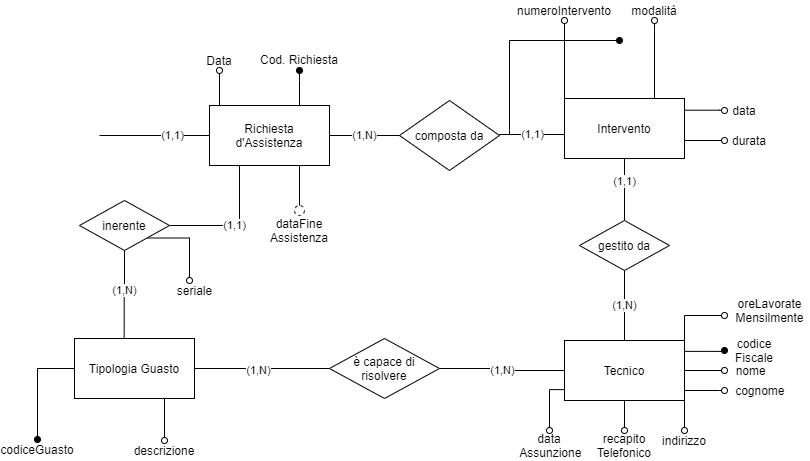
Above: Relazione/image/ciclo.png in GiovanniRaseraF/ProgettoBasiDiDatiLaboratorio (draw.io), before the change. Source tidied: cells renumbered, new cells last; positions are measured from the earlier drawing's top-left corner, leaving out a move shared by most shapes. The source it was exported from:
```xml
<mxGraphModel>
  <root>
    <mxCell id="0" />
    <mxCell id="1" parent="0" />
    <mxCell id="2" style="edgeStyle=orthogonalEdgeStyle;rounded=0;jettySize=auto;html=1;exitX=0;exitY=0;exitDx=0;exitDy=0;entryX=0.5;entryY=1;entryDx=0;entryDy=0;startArrow=none;startFill=0;endArrow=oval;endFill=0;strokeWidth=1;jumpStyle=arc;" parent="1" edge="1" source="11" target="6">
      <mxGeometry relative="1" as="geometry">
        <Array as="points">
          <mxPoint x="547" y="20" />
        </Array>
      </mxGeometry>
    </mxCell>
    <mxCell id="3" style="edgeStyle=orthogonalEdgeStyle;rounded=0;jettySize=auto;html=1;exitX=0.414;exitY=0.014;exitDx=0;exitDy=0;endArrow=none;endFill=0;entryX=0.5;entryY=1;entryDx=0;entryDy=0;exitPerimeter=0;" parent="1" edge="1" source="5" target="50">
      <mxGeometry relative="1" as="geometry" />
    </mxCell>
    <mxCell id="4" value="(1,N)" style="edgeLabel;html=1;align=center;verticalAlign=middle;" parent="3" vertex="1">
      <mxGeometry x="0.13" y="1" relative="1" as="geometry" />
    </mxCell>
    <mxCell id="5" value="Tipologia Guasto" style="rounded=0;whiteSpace=wrap;html=1;" parent="1" vertex="1">
      <mxGeometry x="57" y="338" width="120" height="60" as="geometry" />
    </mxCell>
    <mxCell id="6" value="numeroIntervento" style="text;html=1;strokeColor=none;fillColor=none;align=center;verticalAlign=middle;whiteSpace=wrap;rounded=0;" parent="1" vertex="1">
      <mxGeometry x="507" width="80" height="20" as="geometry" />
    </mxCell>
    <mxCell id="7" style="edgeStyle=orthogonalEdgeStyle;rounded=0;jettySize=auto;html=1;exitX=0.5;exitY=1;exitDx=0;exitDy=0;entryX=0.75;entryY=0;entryDx=0;entryDy=0;startArrow=oval;startFill=0;endArrow=none;endFill=0;strokeWidth=1;" parent="1" edge="1" source="8" target="11">
      <mxGeometry relative="1" as="geometry">
        <Array as="points">
          <mxPoint x="637" y="30" />
        </Array>
      </mxGeometry>
    </mxCell>
    <mxCell id="8" value="modalità" style="text;html=1;strokeColor=none;fillColor=none;align=center;verticalAlign=middle;whiteSpace=wrap;rounded=0;" parent="1" vertex="1">
      <mxGeometry x="607" width="60" height="20" as="geometry" />
    </mxCell>
    <mxCell id="9" style="edgeStyle=orthogonalEdgeStyle;rounded=0;jettySize=auto;html=1;exitX=1.003;exitY=0.195;exitDx=0;exitDy=0;startArrow=none;startFill=0;endArrow=oval;endFill=0;strokeColor=#000000;strokeWidth=1;exitPerimeter=0;entryX=0;entryY=0.5;entryDx=0;entryDy=0;" parent="1" edge="1" source="11" target="14">
      <mxGeometry relative="1" as="geometry">
        <Array as="points">
          <mxPoint x="702" y="110" />
        </Array>
      </mxGeometry>
    </mxCell>
    <mxCell id="10" style="edgeStyle=orthogonalEdgeStyle;rounded=0;jettySize=auto;html=1;exitX=1;exitY=0.75;exitDx=0;exitDy=0;endArrow=oval;endFill=0;entryX=0;entryY=0.5;entryDx=0;entryDy=0;" parent="1" edge="1" source="11" target="15">
      <mxGeometry relative="1" as="geometry">
        <Array as="points">
          <mxPoint x="667" y="140" />
        </Array>
      </mxGeometry>
    </mxCell>
    <mxCell id="11" value="Intervento" style="rounded=0;whiteSpace=wrap;html=1;" parent="1" vertex="1">
      <mxGeometry x="547" y="98" width="120" height="60" as="geometry" />
    </mxCell>
    <mxCell id="12" value="(1,1)" style="edgeStyle=orthogonalEdgeStyle;rounded=0;jettySize=auto;html=1;exitX=1;exitY=0.5;exitDx=0;exitDy=0;entryX=0;entryY=0.5;entryDx=0;entryDy=0;startArrow=none;startFill=0;endArrow=none;endFill=0;strokeColor=#000000;strokeWidth=1;" parent="1" edge="1" source="13">
      <mxGeometry relative="1" as="geometry">
        <mxPoint x="547" y="132" as="targetPoint" />
        <Array as="points">
          <mxPoint x="547" y="134" />
        </Array>
      </mxGeometry>
    </mxCell>
    <mxCell id="13" value="composta da" style="rhombus;whiteSpace=wrap;html=1;" parent="1" vertex="1">
      <mxGeometry x="382" y="100" width="100" height="70" as="geometry" />
    </mxCell>
    <mxCell id="14" value="data" style="text;html=1;strokeColor=none;fillColor=none;align=center;verticalAlign=middle;whiteSpace=wrap;rounded=0;" parent="1" vertex="1">
      <mxGeometry x="707" y="100" width="40" height="20" as="geometry" />
    </mxCell>
    <mxCell id="15" value="durata" style="text;html=1;strokeColor=none;fillColor=none;align=center;verticalAlign=middle;whiteSpace=wrap;rounded=0;rotation=0;" parent="1" vertex="1">
      <mxGeometry x="707" y="130" width="50" height="20" as="geometry" />
    </mxCell>
    <mxCell id="16" value="(1,N)" style="edgeStyle=orthogonalEdgeStyle;rounded=0;jettySize=auto;html=1;exitX=0.5;exitY=0;exitDx=0;exitDy=0;entryX=0.5;entryY=1;entryDx=0;entryDy=0;startArrow=none;startFill=0;endArrow=none;endFill=0;strokeColor=#000000;strokeWidth=1;" parent="1" edge="1" source="23" target="26">
      <mxGeometry relative="1" as="geometry" />
    </mxCell>
    <mxCell id="17" style="edgeStyle=orthogonalEdgeStyle;rounded=0;jettySize=auto;html=1;exitX=1.002;exitY=0.181;exitDx=0;exitDy=0;entryX=0;entryY=0.5;entryDx=0;entryDy=0;startArrow=none;startFill=0;endArrow=oval;endFill=1;strokeWidth=1;exitPerimeter=0;" parent="1" edge="1" source="23" target="27">
      <mxGeometry relative="1" as="geometry" />
    </mxCell>
    <mxCell id="18" style="edgeStyle=orthogonalEdgeStyle;rounded=0;jettySize=auto;html=1;entryX=0.5;entryY=0;entryDx=0;entryDy=0;endArrow=oval;endFill=0;exitX=0.007;exitY=0.819;exitDx=0;exitDy=0;exitPerimeter=0;" parent="1" edge="1" source="23" target="36">
      <mxGeometry relative="1" as="geometry">
        <Array as="points">
          <mxPoint x="532" y="389" />
        </Array>
      </mxGeometry>
    </mxCell>
    <mxCell id="19" style="edgeStyle=orthogonalEdgeStyle;rounded=0;jettySize=auto;html=1;exitX=1;exitY=1;exitDx=0;exitDy=0;endArrow=oval;endFill=0;entryX=0;entryY=0.5;entryDx=0;entryDy=0;" parent="1" edge="1" source="23" target="32">
      <mxGeometry relative="1" as="geometry">
        <Array as="points">
          <mxPoint x="652" y="370" />
          <mxPoint x="692" y="370" />
        </Array>
      </mxGeometry>
    </mxCell>
    <mxCell id="20" style="edgeStyle=orthogonalEdgeStyle;rounded=0;jettySize=auto;html=1;endArrow=oval;endFill=0;entryX=0;entryY=0.5;entryDx=0;entryDy=0;exitX=1;exitY=0.75;exitDx=0;exitDy=0;" parent="1" edge="1" source="23" target="33">
      <mxGeometry relative="1" as="geometry">
        <Array as="points">
          <mxPoint x="667" y="390" />
          <mxPoint x="702" y="390" />
        </Array>
      </mxGeometry>
    </mxCell>
    <mxCell id="21" style="edgeStyle=orthogonalEdgeStyle;rounded=0;jettySize=auto;html=1;exitX=1;exitY=1;exitDx=0;exitDy=0;startArrow=none;startFill=0;endArrow=oval;endFill=0;" parent="1" edge="1" source="23" target="35">
      <mxGeometry relative="1" as="geometry" />
    </mxCell>
    <mxCell id="22" style="edgeStyle=orthogonalEdgeStyle;rounded=0;jettySize=auto;html=1;exitX=0.5;exitY=1;exitDx=0;exitDy=0;endArrow=oval;endFill=0;" parent="1" edge="1" source="23">
      <mxGeometry relative="1" as="geometry">
        <mxPoint x="607" y="430" as="targetPoint" />
      </mxGeometry>
    </mxCell>
    <mxCell id="23" value="Tecnico" style="rounded=0;whiteSpace=wrap;html=1;" parent="1" vertex="1">
      <mxGeometry x="547" y="340" width="120" height="60" as="geometry" />
    </mxCell>
    <mxCell id="24" style="edgeStyle=orthogonalEdgeStyle;rounded=0;jettySize=auto;html=1;exitX=0.5;exitY=0;exitDx=0;exitDy=0;entryX=0.5;entryY=1;entryDx=0;entryDy=0;endArrow=none;endFill=0;" parent="1" edge="1" source="26" target="11">
      <mxGeometry relative="1" as="geometry" />
    </mxCell>
    <mxCell id="25" value="(1,1)" style="edgeLabel;html=1;align=center;verticalAlign=middle;" parent="24" vertex="1">
      <mxGeometry x="0.31" y="1" relative="1" as="geometry" />
    </mxCell>
    <mxCell id="26" value="gestito da" style="rhombus;whiteSpace=wrap;html=1;" parent="1" vertex="1">
      <mxGeometry x="562" y="220" width="90" height="50" as="geometry" />
    </mxCell>
    <mxCell id="27" value="codice Fiscale" style="text;html=1;strokeColor=none;fillColor=none;align=center;verticalAlign=middle;whiteSpace=wrap;rounded=0;" parent="1" vertex="1">
      <mxGeometry x="707" y="340" width="60" height="20" as="geometry" />
    </mxCell>
    <mxCell id="28" value="(1,N)" style="edgeStyle=orthogonalEdgeStyle;rounded=0;jettySize=auto;html=1;exitX=1;exitY=0.5;exitDx=0;exitDy=0;entryX=0;entryY=0.5;entryDx=0;entryDy=0;endArrow=none;endFill=0;" parent="1" edge="1" source="31" target="23">
      <mxGeometry relative="1" as="geometry" />
    </mxCell>
    <mxCell id="29" style="edgeStyle=orthogonalEdgeStyle;rounded=0;jettySize=auto;html=1;exitX=0;exitY=0.5;exitDx=0;exitDy=0;endArrow=none;endFill=0;" parent="1" edge="1" source="31" target="5">
      <mxGeometry relative="1" as="geometry" />
    </mxCell>
    <mxCell id="30" value="(1,N)" style="edgeLabel;html=1;align=center;verticalAlign=middle;" parent="29" vertex="1">
      <mxGeometry x="0.07" y="1" relative="1" as="geometry" />
    </mxCell>
    <mxCell id="31" value="è capace di risolvere" style="rhombus;whiteSpace=wrap;html=1;" parent="1" vertex="1">
      <mxGeometry x="312" y="338" width="110" height="60" as="geometry" />
    </mxCell>
    <mxCell id="32" value="&amp;nbsp;nome" style="text;html=1;strokeColor=none;fillColor=none;align=center;verticalAlign=middle;whiteSpace=wrap;rounded=0;" parent="1" vertex="1">
      <mxGeometry x="707" y="360" width="50" height="20" as="geometry" />
    </mxCell>
    <mxCell id="33" value="&amp;nbsp; cognome" style="text;html=1;strokeColor=none;fillColor=none;align=center;verticalAlign=middle;whiteSpace=wrap;rounded=0;" parent="1" vertex="1">
      <mxGeometry x="707" y="380" width="65" height="20" as="geometry" />
    </mxCell>
    <mxCell id="34" value="recapito Telefonico" style="text;html=1;strokeColor=none;fillColor=none;align=center;verticalAlign=middle;whiteSpace=wrap;rounded=0;" parent="1" vertex="1">
      <mxGeometry x="587" y="435" width="40" height="20" as="geometry" />
    </mxCell>
    <mxCell id="35" value="indirizzo" style="text;html=1;strokeColor=none;fillColor=none;align=center;verticalAlign=middle;whiteSpace=wrap;rounded=0;" parent="1" vertex="1">
      <mxGeometry x="637" y="430" width="60" height="20" as="geometry" />
    </mxCell>
    <mxCell id="36" value="data&lt;br&gt;&amp;nbsp;Assunzione" style="text;html=1;strokeColor=none;fillColor=none;align=center;verticalAlign=middle;whiteSpace=wrap;rounded=0;" parent="1" vertex="1">
      <mxGeometry x="492" y="430" width="80" height="30" as="geometry" />
    </mxCell>
    <mxCell id="37" style="edgeStyle=orthogonalEdgeStyle;rounded=0;orthogonalLoop=1;jettySize=auto;html=1;startArrow=oval;startFill=1;endArrow=none;endFill=0;strokeWidth=1;fillColor=#fff2cc;" parent="1" edge="1">
      <mxGeometry relative="1" as="geometry">
        <mxPoint x="602" y="40" as="sourcePoint" />
        <mxPoint x="492" y="134" as="targetPoint" />
        <Array as="points">
          <mxPoint x="492" y="40" />
          <mxPoint x="492" y="130" />
        </Array>
      </mxGeometry>
    </mxCell>
    <mxCell id="38" style="edgeStyle=orthogonalEdgeStyle;rounded=0;jettySize=auto;html=1;exitX=1;exitY=0.5;exitDx=0;exitDy=0;endArrow=none;endFill=0;entryX=0;entryY=0.5;entryDx=0;entryDy=0;" parent="1" edge="1" target="44">
      <mxGeometry relative="1" as="geometry">
        <mxPoint x="82" y="135" as="sourcePoint" />
      </mxGeometry>
    </mxCell>
    <mxCell id="39" value="(1,1)" style="edgeLabel;html=1;align=center;verticalAlign=middle;" parent="38" vertex="1">
      <mxGeometry x="0.29" y="1" relative="1" as="geometry">
        <mxPoint x="1" as="offset" />
      </mxGeometry>
    </mxCell>
    <mxCell id="40" style="edgeStyle=orthogonalEdgeStyle;rounded=0;jettySize=auto;html=1;exitX=0.25;exitY=0;exitDx=0;exitDy=0;entryX=0.5;entryY=1;entryDx=0;entryDy=0;strokeColor=#000000;endArrow=oval;endFill=0;" parent="1" edge="1" source="44" target="47">
      <mxGeometry relative="1" as="geometry">
        <Array as="points">
          <mxPoint x="202" y="105" />
        </Array>
      </mxGeometry>
    </mxCell>
    <mxCell id="41" value="(1,N)" style="edgeStyle=orthogonalEdgeStyle;rounded=0;jettySize=auto;html=1;exitX=1;exitY=0.5;exitDx=0;exitDy=0;entryX=0;entryY=0.5;entryDx=0;entryDy=0;endArrow=none;endFill=0;" parent="1" edge="1" source="44" target="13">
      <mxGeometry relative="1" as="geometry" />
    </mxCell>
    <mxCell id="42" style="edgeStyle=orthogonalEdgeStyle;rounded=0;jettySize=auto;html=1;exitX=0.75;exitY=0;exitDx=0;exitDy=0;endArrow=oval;endFill=1;fillColor=#fff2cc;" parent="1" edge="1" source="44">
      <mxGeometry relative="1" as="geometry">
        <mxPoint x="282" y="70" as="targetPoint" />
        <Array as="points">
          <mxPoint x="282" y="80" />
          <mxPoint x="282" y="80" />
        </Array>
      </mxGeometry>
    </mxCell>
    <mxCell id="43" style="edgeStyle=orthogonalEdgeStyle;rounded=0;jettySize=auto;html=1;exitX=0.75;exitY=1;exitDx=0;exitDy=0;entryX=0.5;entryY=0;entryDx=0;entryDy=0;startArrow=none;startFill=0;endArrow=none;endFill=0;" parent="1" edge="1" source="44" target="55">
      <mxGeometry relative="1" as="geometry" />
    </mxCell>
    <mxCell id="44" value="Richiesta d'Assistenza" style="rounded=0;whiteSpace=wrap;html=1;" parent="1" vertex="1">
      <mxGeometry x="192" y="105" width="120" height="60" as="geometry" />
    </mxCell>
    <mxCell id="45" value="Cod. Richiesta" style="text;html=1;strokeColor=none;fillColor=none;align=center;verticalAlign=middle;whiteSpace=wrap;rounded=0;" parent="1" vertex="1">
      <mxGeometry x="232" y="43.8" width="100" height="30" as="geometry" />
    </mxCell>
    <mxCell id="46" value="dataFine&lt;br&gt;Assistenza" style="text;html=1;strokeColor=none;fillColor=none;align=center;verticalAlign=middle;whiteSpace=wrap;rounded=0;" parent="1" vertex="1">
      <mxGeometry x="262" y="215" width="40" height="30" as="geometry" />
    </mxCell>
    <mxCell id="47" value="Data" style="text;html=1;strokeColor=none;fillColor=none;align=center;verticalAlign=middle;whiteSpace=wrap;rounded=0;" parent="1" vertex="1">
      <mxGeometry x="182" y="50" width="40" height="20" as="geometry" />
    </mxCell>
    <mxCell id="48" value="(1,1)" style="edgeStyle=orthogonalEdgeStyle;rounded=0;jettySize=auto;html=1;exitX=1;exitY=0.5;exitDx=0;exitDy=0;entryX=0.25;entryY=1;entryDx=0;entryDy=0;endArrow=none;endFill=0;" parent="1" edge="1" source="50" target="44">
      <mxGeometry relative="1" as="geometry" />
    </mxCell>
    <mxCell id="49" style="edgeStyle=orthogonalEdgeStyle;rounded=0;jettySize=auto;html=1;exitX=1;exitY=1;exitDx=0;exitDy=0;endArrow=oval;endFill=0;" parent="1" edge="1" source="50">
      <mxGeometry relative="1" as="geometry">
        <mxPoint x="172" y="280" as="targetPoint" />
      </mxGeometry>
    </mxCell>
    <mxCell id="50" value="inerente" style="rhombus;whiteSpace=wrap;html=1;" parent="1" vertex="1">
      <mxGeometry x="62" y="200" width="90" height="50" as="geometry" />
    </mxCell>
    <mxCell id="51" style="edgeStyle=orthogonalEdgeStyle;rounded=0;jettySize=auto;html=1;exitX=0.5;exitY=0;exitDx=0;exitDy=0;entryX=0;entryY=0.5;entryDx=0;entryDy=0;startArrow=oval;startFill=1;endArrow=none;endFill=0;" parent="1" edge="1" source="52" target="5">
      <mxGeometry relative="1" as="geometry">
        <Array as="points">
          <mxPoint x="20" y="368" />
        </Array>
      </mxGeometry>
    </mxCell>
    <mxCell id="52" value="codiceGuasto" style="text;html=1;strokeColor=none;fillColor=none;align=center;verticalAlign=middle;whiteSpace=wrap;rounded=0;" parent="1" vertex="1">
      <mxGeometry y="439" width="40" height="20" as="geometry" />
    </mxCell>
    <mxCell id="53" style="edgeStyle=orthogonalEdgeStyle;rounded=0;jettySize=auto;html=1;exitX=0.5;exitY=0;exitDx=0;exitDy=0;entryX=0.75;entryY=1;entryDx=0;entryDy=0;startArrow=oval;startFill=0;endArrow=none;endFill=0;" parent="1" edge="1" source="54" target="5">
      <mxGeometry relative="1" as="geometry" />
    </mxCell>
    <mxCell id="54" value="descrizione" style="text;html=1;strokeColor=none;fillColor=none;align=center;verticalAlign=middle;whiteSpace=wrap;rounded=0;" parent="1" vertex="1">
      <mxGeometry x="117" y="440" width="60" height="20" as="geometry" />
    </mxCell>
    <mxCell id="55" style="ellipse;whiteSpace=wrap;html=1;dashed=1;fillColor=none;" parent="1" vertex="1">
      <mxGeometry x="277" y="205" width="10" height="10" as="geometry" />
    </mxCell>
    <mxCell id="56" value="seriale" style="text;html=1;align=center;verticalAlign=middle;" parent="1" vertex="1">
      <mxGeometry x="152" y="280" width="50" height="20" as="geometry" />
    </mxCell>
    <mxCell id="57" value="oreLavorate&lt;br&gt;Mensilmente" style="text;html=1;align=center;verticalAlign=middle;" parent="1" vertex="1">
      <mxGeometry x="712" y="295" width="80" height="30" as="geometry" />
    </mxCell>
    <mxCell id="58" style="edgeStyle=orthogonalEdgeStyle;rounded=0;jettySize=auto;html=1;endArrow=oval;endFill=0;entryX=0;entryY=0.5;entryDx=0;entryDy=0;exitX=1;exitY=0;exitDx=0;exitDy=0;" parent="1" edge="1" source="23">
      <mxGeometry relative="1" as="geometry">
        <mxPoint x="707" y="315" as="targetPoint" />
        <Array as="points">
          <mxPoint x="667" y="315" />
        </Array>
      </mxGeometry>
    </mxCell>
  </root>
</mxGraphModel>
```
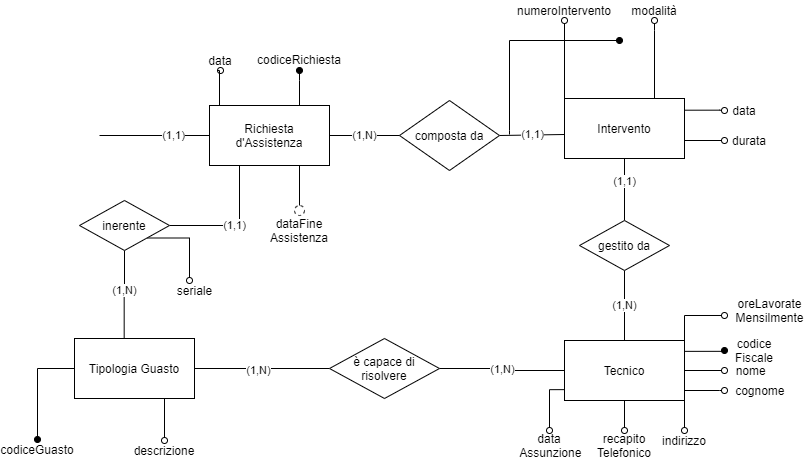
After the commit.

Diff of the diagram source:
```diff
@@ -189,14 +189,14 @@
     <mxCell id="44" value="Richiesta d'Assistenza" style="rounded=0;whiteSpace=wrap;html=1;" parent="1" vertex="1">
       <mxGeometry x="192" y="105" width="120" height="60" as="geometry" />
     </mxCell>
-    <mxCell id="45" value="Cod. Richiesta" style="text;html=1;strokeColor=none;fillColor=none;align=center;verticalAlign=middle;whiteSpace=wrap;rounded=0;" parent="1" vertex="1">
+    <mxCell id="45" value="codiceRichiesta" style="text;html=1;strokeColor=none;fillColor=none;align=center;verticalAlign=middle;whiteSpace=wrap;rounded=0;" parent="1" vertex="1">
       <mxGeometry x="232" y="43.8" width="100" height="30" as="geometry" />
     </mxCell>
     <mxCell id="46" value="dataFine&lt;br&gt;Assistenza" style="text;html=1;strokeColor=none;fillColor=none;align=center;verticalAlign=middle;whiteSpace=wrap;rounded=0;" parent="1" vertex="1">
       <mxGeometry x="262" y="215" width="40" height="30" as="geometry" />
     </mxCell>
-    <mxCell id="47" value="Data" style="text;html=1;strokeColor=none;fillColor=none;align=center;verticalAlign=middle;whiteSpace=wrap;rounded=0;" parent="1" vertex="1">
-      <mxGeometry x="182" y="50" width="40" height="20" as="geometry" />
+    <mxCell id="47" value="data" style="text;html=1;strokeColor=none;fillColor=none;align=center;verticalAlign=middle;whiteSpace=wrap;rounded=0;" parent="1" vertex="1">
+      <mxGeometry x="183" y="50" width="40" height="20" as="geometry" />
     </mxCell>
     <mxCell id="48" value="(1,1)" style="edgeStyle=orthogonalEdgeStyle;rounded=0;jettySize=auto;html=1;exitX=1;exitY=0.5;exitDx=0;exitDy=0;entryX=0.25;entryY=1;entryDx=0;entryDy=0;endArrow=none;endFill=0;" parent="1" edge="1" source="50" target="44">
       <mxGeometry relative="1" as="geometry" />
```
